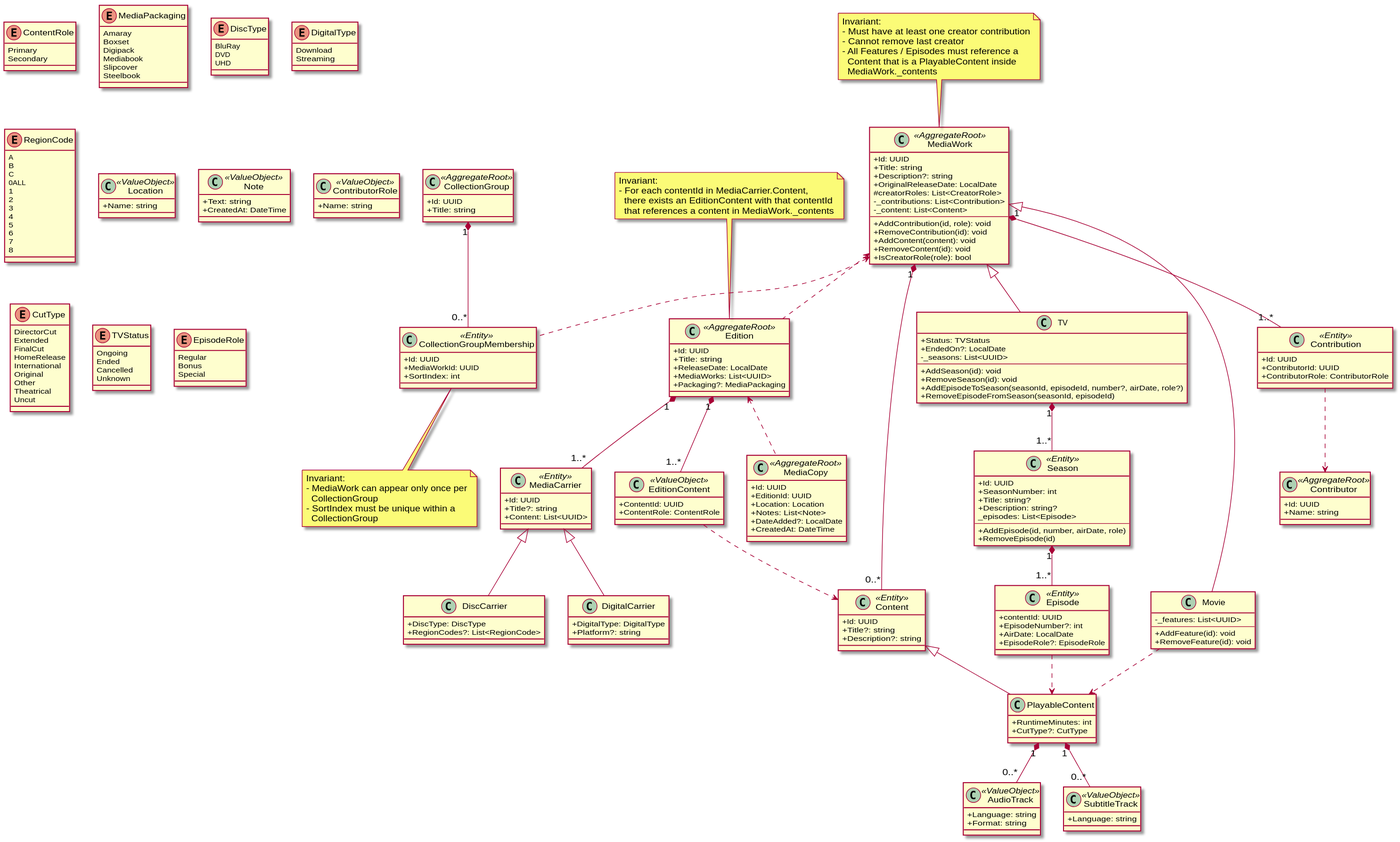
Earlier version of the PlantUML export docs/diagrams/domain/main.domain.svg (yantue/colleq).
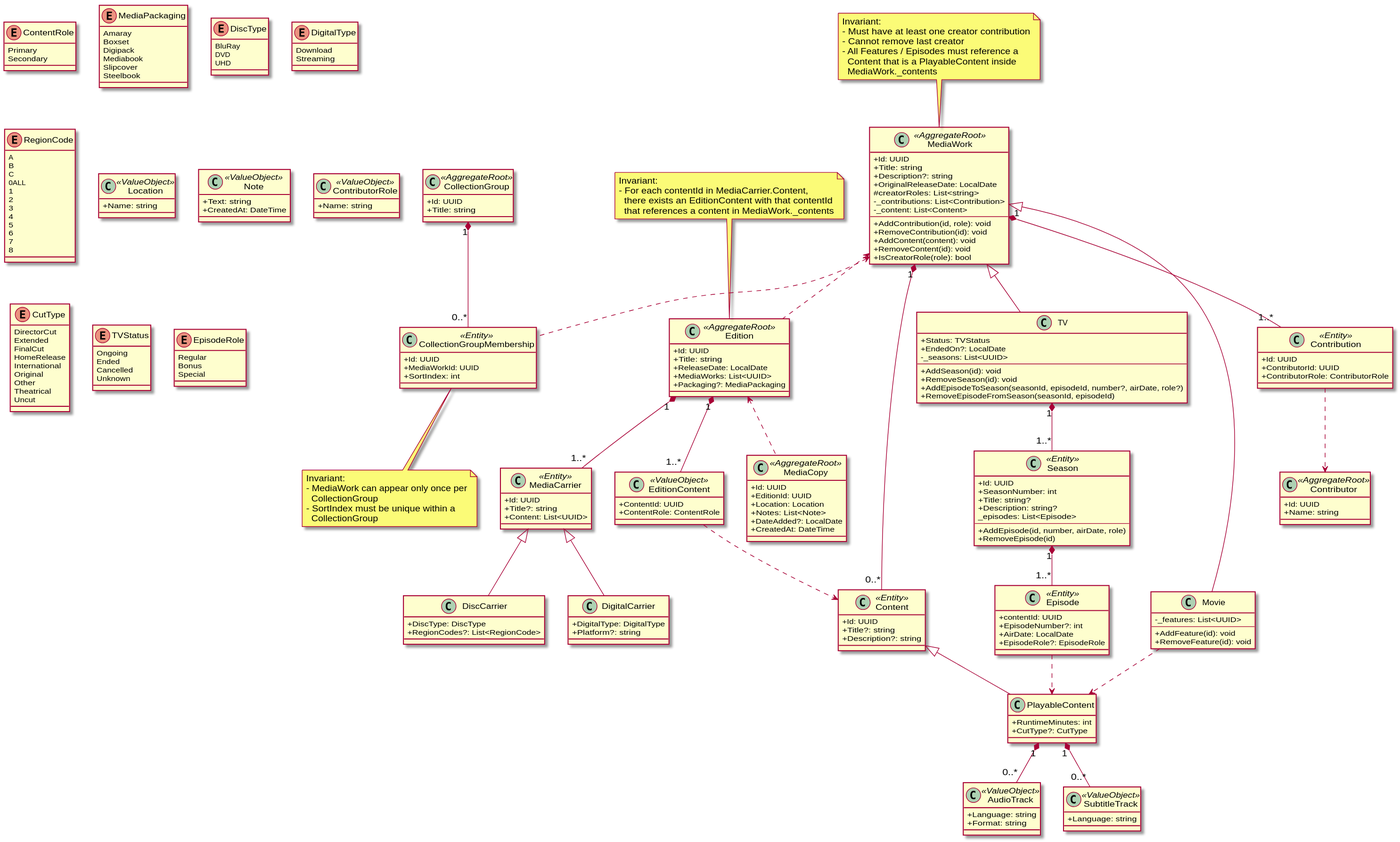
The same file after the commit.

The edit, as a diff of the source:
```diff
@@ -152,7 +152,7 @@
     +Title: string
     +Description?: string
     +OriginalReleaseDate: LocalDate
-    #creatorRoles: List<CreatorRole>
+    #creatorRoles: List<string>
     -_contributions: List<Contribution>
     -_content: List<Content>
     --
```
